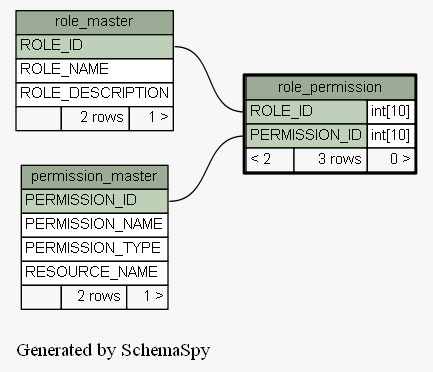
Earlier version of the Graphviz export docs/database/schemaspy/graphs/role_permission.1degree.png (engineerscraft/hrms). Its source is kept beside it as docs/database/schemaspy/graphs/role_permission.1degree.dot. The source it was exported from:
```dot
digraph "oneDegreeRelationshipsGraph" {
  graph [
    rankdir="RL"
    bgcolor="#f7f7f7"
    label="\nGenerated by SchemaSpy"
    labeljust="l"
  ];
  node [
    fontname="Helvetica"
    fontsize="11"
    shape="plaintext"
  ];
  edge [
    arrowsize="0.8"
  ];
  "role_permission":"PERMISSION_ID":w -> "permission_master":"PERMISSION_ID":e [arrowtail=crowtee arrowhead=none];
  "role_permission":"ROLE_ID":w -> "role_master":"ROLE_ID":e [arrowtail=crowtee arrowhead=none];
  "permission_master" [
    label=<
    <TABLE BORDER="0" CELLBORDER="1" CELLSPACING="0" BGCOLOR="#ffffff">
      <TR><TD PORT="permission_master.heading" COLSPAN="3" BGCOLOR="#9bab96" ALIGN="CENTER">permission_master</TD></TR>
      <TR><TD PORT="PERMISSION_ID" COLSPAN="3" BGCOLOR="#bed1b8" ALIGN="LEFT">PERMISSION_ID</TD></TR>
      <TR><TD PORT="PERMISSION_NAME" COLSPAN="3" ALIGN="LEFT">PERMISSION_NAME</TD></TR>
      <TR><TD PORT="PERMISSION_TYPE" COLSPAN="3" ALIGN="LEFT">PERMISSION_TYPE</TD></TR>
      <TR><TD PORT="RESOURCE_NAME" COLSPAN="3" ALIGN="LEFT">RESOURCE_NAME</TD></TR>
      <TR><TD ALIGN="LEFT" BGCOLOR="#f7f7f7">  </TD><TD ALIGN="RIGHT" BGCOLOR="#f7f7f7">2 rows</TD><TD ALIGN="RIGHT" BGCOLOR="#f7f7f7">1 &gt;</TD></TR>
    </TABLE>>
    URL="permission_master.html#graph"
    tooltip="permission_master"
  ];
  "role_master" [
    label=<
    <TABLE BORDER="0" CELLBORDER="1" CELLSPACING="0" BGCOLOR="#ffffff">
      <TR><TD PORT="role_master.heading" COLSPAN="3" BGCOLOR="#9bab96" ALIGN="CENTER">role_master</TD></TR>
      <TR><TD PORT="ROLE_ID" COLSPAN="3" BGCOLOR="#bed1b8" ALIGN="LEFT">ROLE_ID</TD></TR>
      <TR><TD PORT="ROLE_NAME" COLSPAN="3" ALIGN="LEFT">ROLE_NAME</TD></TR>
      <TR><TD PORT="ROLE_DESCRIPTION" COLSPAN="3" ALIGN="LEFT">ROLE_DESCRIPTION</TD></TR>
      <TR><TD ALIGN="LEFT" BGCOLOR="#f7f7f7">  </TD><TD ALIGN="RIGHT" BGCOLOR="#f7f7f7">2 rows</TD><TD ALIGN="RIGHT" BGCOLOR="#f7f7f7">1 &gt;</TD></TR>
    </TABLE>>
    URL="role_master.html#graph"
    tooltip="role_master"
  ];
  "role_permission" [
    label=<
    <TABLE BORDER="2" CELLBORDER="1" CELLSPACING="0" BGCOLOR="#ffffff">
      <TR><TD PORT="role_permission.heading" COLSPAN="3" BGCOLOR="#9bab96" ALIGN="CENTER">role_permission</TD></TR>
      <TR><TD PORT="ROLE_ID" COLSPAN="2" BGCOLOR="#bed1b8" ALIGN="LEFT">ROLE_ID</TD><TD PORT="ROLE_ID.type" ALIGN="LEFT">int[10]</TD></TR>
      <TR><TD PORT="PERMISSION_ID" COLSPAN="2" BGCOLOR="#bed1b8" ALIGN="LEFT">PERMISSION_ID</TD><TD PORT="PERMISSION_ID.type" ALIGN="LEFT">int[10]</TD></TR>
      <TR><TD ALIGN="LEFT" BGCOLOR="#f7f7f7">&lt; 2</TD><TD ALIGN="RIGHT" BGCOLOR="#f7f7f7">3 rows</TD><TD ALIGN="RIGHT" BGCOLOR="#f7f7f7">0 &gt;</TD></TR>
    </TABLE>>
    URL="role_permission.html#"
    tooltip="role_permission"
  ];
}
```
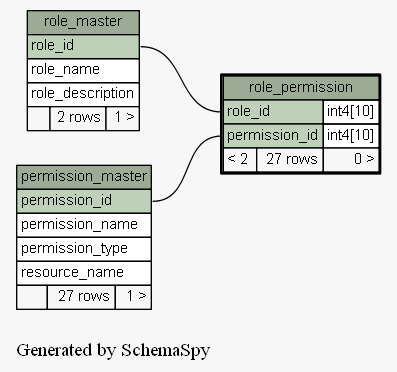
The same diagram one commit later.

Change to the diagram source:
```diff
@@ -13,17 +13,17 @@
   edge [
     arrowsize="0.8"
   ];
-  "role_permission":"PERMISSION_ID":w -> "permission_master":"PERMISSION_ID":e [arrowtail=crowtee arrowhead=none];
-  "role_permission":"ROLE_ID":w -> "role_master":"ROLE_ID":e [arrowtail=crowtee arrowhead=none];
+  "role_permission":"permission_id":w -> "permission_master":"permission_id":e [arrowtail=crowtee arrowhead=none];
+  "role_permission":"role_id":w -> "role_master":"role_id":e [arrowtail=crowtee arrowhead=none];
   "permission_master" [
     label=<
     <TABLE BORDER="0" CELLBORDER="1" CELLSPACING="0" BGCOLOR="#ffffff">
       <TR><TD PORT="permission_master.heading" COLSPAN="3" BGCOLOR="#9bab96" ALIGN="CENTER">permission_master</TD></TR>
-      <TR><TD PORT="PERMISSION_ID" COLSPAN="3" BGCOLOR="#bed1b8" ALIGN="LEFT">PERMISSION_ID</TD></TR>
-      <TR><TD PORT="PERMISSION_NAME" COLSPAN="3" ALIGN="LEFT">PERMISSION_NAME</TD></TR>
-      <TR><TD PORT="PERMISSION_TYPE" COLSPAN="3" ALIGN="LEFT">PERMISSION_TYPE</TD></TR>
-      <TR><TD PORT="RESOURCE_NAME" COLSPAN="3" ALIGN="LEFT">RESOURCE_NAME</TD></TR>
-      <TR><TD ALIGN="LEFT" BGCOLOR="#f7f7f7">  </TD><TD ALIGN="RIGHT" BGCOLOR="#f7f7f7">2 rows</TD><TD ALIGN="RIGHT" BGCOLOR="#f7f7f7">1 &gt;</TD></TR>
+      <TR><TD PORT="permission_id" COLSPAN="3" BGCOLOR="#bed1b8" ALIGN="LEFT">permission_id</TD></TR>
+      <TR><TD PORT="permission_name" COLSPAN="3" ALIGN="LEFT">permission_name</TD></TR>
+      <TR><TD PORT="permission_type" COLSPAN="3" ALIGN="LEFT">permission_type</TD></TR>
+      <TR><TD PORT="resource_name" COLSPAN="3" ALIGN="LEFT">resource_name</TD></TR>
+      <TR><TD ALIGN="LEFT" BGCOLOR="#f7f7f7">  </TD><TD ALIGN="RIGHT" BGCOLOR="#f7f7f7">27 rows</TD><TD ALIGN="RIGHT" BGCOLOR="#f7f7f7">1 &gt;</TD></TR>
     </TABLE>>
     URL="permission_master.html#graph"
     tooltip="permission_master"
@@ -32,9 +32,9 @@
     label=<
     <TABLE BORDER="0" CELLBORDER="1" CELLSPACING="0" BGCOLOR="#ffffff">
       <TR><TD PORT="role_master.heading" COLSPAN="3" BGCOLOR="#9bab96" ALIGN="CENTER">role_master</TD></TR>
-      <TR><TD PORT="ROLE_ID" COLSPAN="3" BGCOLOR="#bed1b8" ALIGN="LEFT">ROLE_ID</TD></TR>
-      <TR><TD PORT="ROLE_NAME" COLSPAN="3" ALIGN="LEFT">ROLE_NAME</TD></TR>
-      <TR><TD PORT="ROLE_DESCRIPTION" COLSPAN="3" ALIGN="LEFT">ROLE_DESCRIPTION</TD></TR>
+      <TR><TD PORT="role_id" COLSPAN="3" BGCOLOR="#bed1b8" ALIGN="LEFT">role_id</TD></TR>
+      <TR><TD PORT="role_name" COLSPAN="3" ALIGN="LEFT">role_name</TD></TR>
+      <TR><TD PORT="role_description" COLSPAN="3" ALIGN="LEFT">role_description</TD></TR>
       <TR><TD ALIGN="LEFT" BGCOLOR="#f7f7f7">  </TD><TD ALIGN="RIGHT" BGCOLOR="#f7f7f7">2 rows</TD><TD ALIGN="RIGHT" BGCOLOR="#f7f7f7">1 &gt;</TD></TR>
     </TABLE>>
     URL="role_master.html#graph"
@@ -44,9 +44,9 @@
     label=<
     <TABLE BORDER="2" CELLBORDER="1" CELLSPACING="0" BGCOLOR="#ffffff">
       <TR><TD PORT="role_permission.heading" COLSPAN="3" BGCOLOR="#9bab96" ALIGN="CENTER">role_permission</TD></TR>
-      <TR><TD PORT="ROLE_ID" COLSPAN="2" BGCOLOR="#bed1b8" ALIGN="LEFT">ROLE_ID</TD><TD PORT="ROLE_ID.type" ALIGN="LEFT">int[10]</TD></TR>
-      <TR><TD PORT="PERMISSION_ID" COLSPAN="2" BGCOLOR="#bed1b8" ALIGN="LEFT">PERMISSION_ID</TD><TD PORT="PERMISSION_ID.type" ALIGN="LEFT">int[10]</TD></TR>
-      <TR><TD ALIGN="LEFT" BGCOLOR="#f7f7f7">&lt; 2</TD><TD ALIGN="RIGHT" BGCOLOR="#f7f7f7">3 rows</TD><TD ALIGN="RIGHT" BGCOLOR="#f7f7f7">0 &gt;</TD></TR>
+      <TR><TD PORT="role_id" COLSPAN="2" BGCOLOR="#bed1b8" ALIGN="LEFT">role_id</TD><TD PORT="role_id.type" ALIGN="LEFT">int4[10]</TD></TR>
+      <TR><TD PORT="permission_id" COLSPAN="2" BGCOLOR="#bed1b8" ALIGN="LEFT">permission_id</TD><TD PORT="permission_id.type" ALIGN="LEFT">int4[10]</TD></TR>
+      <TR><TD ALIGN="LEFT" BGCOLOR="#f7f7f7">&lt; 2</TD><TD ALIGN="RIGHT" BGCOLOR="#f7f7f7">27 rows</TD><TD ALIGN="RIGHT" BGCOLOR="#f7f7f7">0 &gt;</TD></TR>
     </TABLE>>
     URL="role_permission.html#"
     tooltip="role_permission"
```
